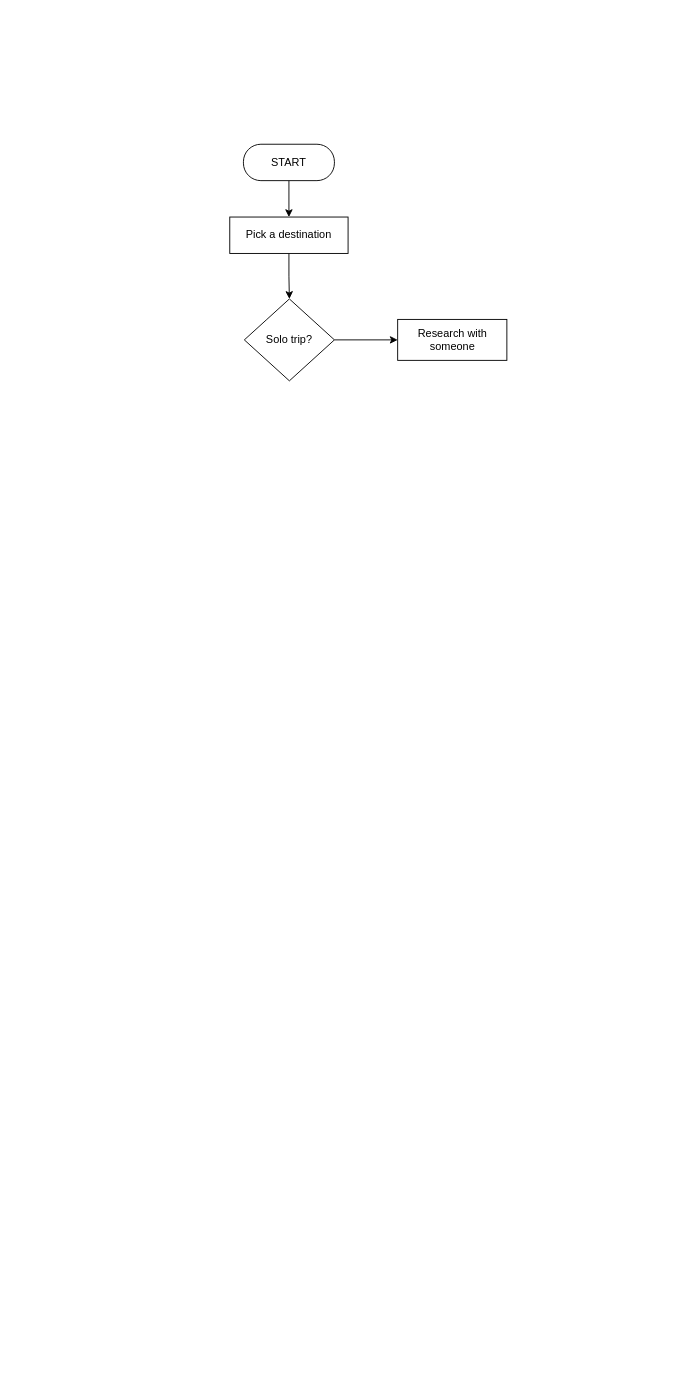
Diaputr/tugas-besar keeps this draw.io diagram as BIG.drawio. Above is the earlier version. Source tidied: cells renumbered, new cells numbered last; positions are measured from the earlier drawing's top-left corner, leaving out a move shared by most shapes. Both pictures are drawn from the tidied source at 91%, with x=0, y=0 at pixel (229, 144).
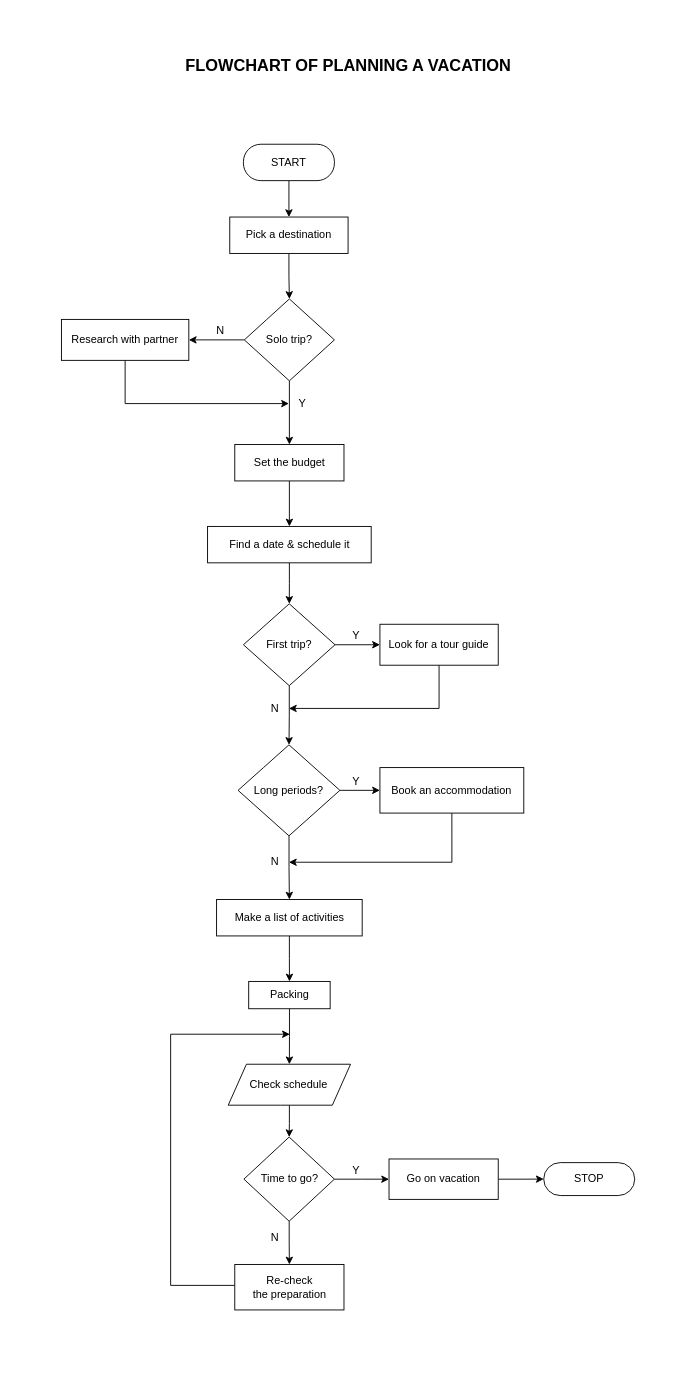
The same diagram, later.

The change refers to these unchanged cells:
```xml
<mxCell id="7" value="Solo trip?" style="rhombus;whiteSpace=wrap;html=1;rounded=1;arcSize=0;" parent="1" vertex="1">
  <mxGeometry x="16" y="170" width="99" height="90" as="geometry" />
</mxCell>
```

Diff of the diagram source:
```diff
@@
+    <mxCell id="9" style="rounded=0;whiteSpace=wrap;html=1;strokeColor=none;" parent="1" vertex="1">
+      <mxGeometry x="-235" y="-141" width="730" height="1490" as="geometry" />
+    </mxCell>
@@
+    <mxCell id="10" style="edgeStyle=orthogonalEdgeStyle;rounded=0;jettySize=auto;html=1;" parent="1" edge="1" source="7" target="13">
+      <mxGeometry relative="1" as="geometry" />
+    </mxCell>
@@
+    <mxCell id="11" style="edgeStyle=orthogonalEdgeStyle;rounded=0;jettySize=auto;html=1;exitX=0.5;exitY=1;exitDx=0;exitDy=0;entryX=0;entryY=0.5;entryDx=0;entryDy=0;" parent="1" edge="1" source="8" target="15">
+      <mxGeometry relative="1" as="geometry" />
+    </mxCell>
-    <mxCell id="8" value="Research with someone" style="whiteSpace=wrap;html=1;rounded=1;arcSize=0;" parent="1" vertex="1">
-      <mxGeometry x="184.5" y="192.5" width="120" height="45" as="geometry" />
+    <mxCell id="8" value="Research with partner" style="whiteSpace=wrap;html=1;rounded=1;arcSize=0;" parent="1" vertex="1">
+      <mxGeometry x="-185" y="192.5" width="140" height="45" as="geometry" />
     </mxCell>
+    <mxCell id="12" style="edgeStyle=orthogonalEdgeStyle;rounded=0;jettySize=auto;html=1;" parent="1" edge="1" source="13" target="17">
+      <mxGeometry relative="1" as="geometry" />
+    </mxCell>
+    <mxCell id="13" value="Set the budget" style="whiteSpace=wrap;html=1;rounded=1;arcSize=0;" parent="1" vertex="1">
+      <mxGeometry x="5.5" y="330" width="120" height="40" as="geometry" />
+    </mxCell>
+    <mxCell id="14" value="N" style="text;html=1;strokeColor=none;fillColor=none;align=center;verticalAlign=middle;whiteSpace=wrap;rounded=0;" parent="1" vertex="1">
+      <mxGeometry x="-25" y="190" width="30" height="30" as="geometry" />
+    </mxCell>
+    <mxCell id="15" value="Y" style="text;html=1;strokeColor=none;fillColor=none;align=center;verticalAlign=middle;whiteSpace=wrap;rounded=0;" parent="1" vertex="1">
+      <mxGeometry x="65" y="270" width="30" height="30" as="geometry" />
+    </mxCell>
+    <mxCell id="16" style="edgeStyle=orthogonalEdgeStyle;rounded=0;jettySize=auto;html=1;" parent="1" edge="1" source="17" target="20">
+      <mxGeometry relative="1" as="geometry" />
+    </mxCell>
+    <mxCell id="17" value="Find a date &amp;amp; schedule it" style="whiteSpace=wrap;html=1;rounded=1;arcSize=0;" parent="1" vertex="1">
+      <mxGeometry x="-24.4" y="420" width="179.8" height="40" as="geometry" />
+    </mxCell>
+    <mxCell id="18" style="edgeStyle=orthogonalEdgeStyle;rounded=0;jettySize=auto;html=1;" parent="1" edge="1" source="20" target="22">
+      <mxGeometry relative="1" as="geometry" />
+    </mxCell>
+    <mxCell id="19" style="edgeStyle=orthogonalEdgeStyle;rounded=0;jettySize=auto;html=1;" parent="1" edge="1" source="20" target="26">
+      <mxGeometry relative="1" as="geometry" />
+    </mxCell>
+    <mxCell id="20" value="First trip?" style="rhombus;whiteSpace=wrap;html=1;rounded=1;arcSize=0;" parent="1" vertex="1">
+      <mxGeometry x="15" y="505" width="100.7" height="90" as="geometry" />
+    </mxCell>
+    <mxCell id="21" style="edgeStyle=orthogonalEdgeStyle;rounded=0;jettySize=auto;html=1;exitX=0.5;exitY=1;exitDx=0;exitDy=0;entryX=1;entryY=0.5;entryDx=0;entryDy=0;" parent="1" edge="1" source="22" target="27">
+      <mxGeometry relative="1" as="geometry" />
+    </mxCell>
+    <mxCell id="22" value="Look for a tour guide" style="whiteSpace=wrap;html=1;rounded=1;arcSize=0;" parent="1" vertex="1">
+      <mxGeometry x="165" y="527.5" width="130" height="45" as="geometry" />
+    </mxCell>
+    <mxCell id="23" value="Y" style="text;html=1;strokeColor=none;fillColor=none;align=center;verticalAlign=middle;whiteSpace=wrap;rounded=0;" parent="1" vertex="1">
+      <mxGeometry x="124" y="525" width="30" height="30" as="geometry" />
+    </mxCell>
+    <mxCell id="24" style="edgeStyle=orthogonalEdgeStyle;rounded=0;jettySize=auto;html=1;" parent="1" edge="1" source="26" target="29">
+      <mxGeometry relative="1" as="geometry" />
+    </mxCell>
+    <mxCell id="25" style="edgeStyle=orthogonalEdgeStyle;rounded=0;jettySize=auto;html=1;fontSize=18;" parent="1" edge="1" source="26" target="33">
+      <mxGeometry relative="1" as="geometry" />
+    </mxCell>
+    <mxCell id="26" value="Long periods?" style="rhombus;whiteSpace=wrap;html=1;rounded=1;arcSize=0;" parent="1" vertex="1">
+      <mxGeometry x="9.1" y="660" width="111.9" height="100" as="geometry" />
+    </mxCell>
+    <mxCell id="27" value="N" style="text;html=1;strokeColor=none;fillColor=none;align=center;verticalAlign=middle;whiteSpace=wrap;rounded=0;" parent="1" vertex="1">
+      <mxGeometry x="35" y="605" width="30" height="30" as="geometry" />
+    </mxCell>
+    <mxCell id="28" style="edgeStyle=orthogonalEdgeStyle;rounded=0;jettySize=auto;html=1;exitX=0.5;exitY=1;exitDx=0;exitDy=0;entryX=1;entryY=0.5;entryDx=0;entryDy=0;fontSize=18;" parent="1" edge="1" source="29" target="34">
+      <mxGeometry relative="1" as="geometry" />
+    </mxCell>
+    <mxCell id="29" value="Book an accommodation" style="whiteSpace=wrap;html=1;rounded=1;arcSize=0;" parent="1" vertex="1">
+      <mxGeometry x="165" y="685" width="158.1" height="50" as="geometry" />
+    </mxCell>
+    <mxCell id="30" value="Y" style="text;html=1;strokeColor=none;fillColor=none;align=center;verticalAlign=middle;whiteSpace=wrap;rounded=0;" parent="1" vertex="1">
+      <mxGeometry x="124" y="686" width="30" height="30" as="geometry" />
+    </mxCell>
+    <mxCell id="31" value="&lt;font style=&quot;font-size: 18px&quot;&gt;&lt;b&gt;FLOWCHART OF PLANNING A VACATION&lt;/b&gt;&lt;/font&gt;" style="text;html=1;strokeColor=none;fillColor=none;align=center;verticalAlign=middle;whiteSpace=wrap;rounded=0;" parent="1" vertex="1">
+      <mxGeometry x="-57.5" y="-111" width="375" height="50" as="geometry" />
+    </mxCell>
+    <mxCell id="32" style="edgeStyle=orthogonalEdgeStyle;rounded=0;jettySize=auto;html=1;fontSize=18;" parent="1" edge="1" source="33" target="36">
+      <mxGeometry relative="1" as="geometry" />
+    </mxCell>
+    <mxCell id="33" value="Make a list of activities" style="whiteSpace=wrap;html=1;rounded=1;arcSize=0;" parent="1" vertex="1">
+      <mxGeometry x="-14.5" y="830" width="160" height="40" as="geometry" />
+    </mxCell>
+    <mxCell id="34" value="N" style="text;html=1;strokeColor=none;fillColor=none;align=center;verticalAlign=middle;whiteSpace=wrap;rounded=0;" parent="1" vertex="1">
+      <mxGeometry x="35" y="774" width="30" height="30" as="geometry" />
+    </mxCell>
+    <mxCell id="35" style="edgeStyle=orthogonalEdgeStyle;rounded=0;jettySize=auto;html=1;fontSize=18;" parent="1" edge="1" source="36" target="38">
+      <mxGeometry relative="1" as="geometry" />
+    </mxCell>
+    <mxCell id="36" value="Packing" style="whiteSpace=wrap;html=1;rounded=1;arcSize=0;" parent="1" vertex="1">
+      <mxGeometry x="20.8" y="920" width="89.5" height="30" as="geometry" />
+    </mxCell>
+    <mxCell id="37" style="edgeStyle=orthogonalEdgeStyle;rounded=0;jettySize=auto;html=1;fontSize=18;" parent="1" edge="1" source="38" target="41">
+      <mxGeometry relative="1" as="geometry" />
+    </mxCell>
+    <mxCell id="38" value="Check schedule" style="shape=parallelogram;perimeter=parallelogramPerimeter;whiteSpace=wrap;html=1;fixedSize=1;rounded=1;arcSize=0;" parent="1" vertex="1">
+      <mxGeometry x="-1.7" y="1011" width="134.4" height="45" as="geometry" />
+    </mxCell>
+    <mxCell id="39" style="edgeStyle=orthogonalEdgeStyle;rounded=0;jettySize=auto;html=1;" parent="1" edge="1" source="41" target="43">
+      <mxGeometry relative="1" as="geometry" />
+    </mxCell>
+    <mxCell id="40" style="edgeStyle=orthogonalEdgeStyle;rounded=0;jettySize=auto;html=1;" parent="1" edge="1" source="41" target="48">
+      <mxGeometry relative="1" as="geometry" />
+    </mxCell>
+    <mxCell id="41" value="Time to go?" style="rhombus;whiteSpace=wrap;html=1;rounded=1;arcSize=0;" parent="1" vertex="1">
+      <mxGeometry x="15.5" y="1091" width="99.5" height="92.5" as="geometry" />
+    </mxCell>
+    <mxCell id="42" style="edgeStyle=orthogonalEdgeStyle;rounded=0;jettySize=auto;html=1;" parent="1" edge="1" source="43" target="46">
+      <mxGeometry relative="1" as="geometry" />
+    </mxCell>
+    <mxCell id="43" value="Go on&amp;nbsp;vacation" style="whiteSpace=wrap;html=1;rounded=1;arcSize=0;" parent="1" vertex="1">
+      <mxGeometry x="175" y="1115.1" width="120" height="44.4" as="geometry" />
+    </mxCell>
+    <mxCell id="44" value="Y" style="text;html=1;strokeColor=none;fillColor=none;align=center;verticalAlign=middle;whiteSpace=wrap;rounded=0;" parent="1" vertex="1">
+      <mxGeometry x="124" y="1113" width="30" height="30" as="geometry" />
+    </mxCell>
+    <mxCell id="45" value="N" style="text;html=1;strokeColor=none;fillColor=none;align=center;verticalAlign=middle;whiteSpace=wrap;rounded=0;" parent="1" vertex="1">
+      <mxGeometry x="35" y="1187" width="30" height="30" as="geometry" />
+    </mxCell>
+    <mxCell id="46" value="STOP" style="whiteSpace=wrap;html=1;rounded=1;arcSize=50;" parent="1" vertex="1">
+      <mxGeometry x="345" y="1119.1" width="100" height="36.2" as="geometry" />
+    </mxCell>
+    <mxCell id="47" style="edgeStyle=orthogonalEdgeStyle;rounded=0;orthogonalLoop=1;jettySize=auto;html=1;" parent="1" edge="1">
+      <mxGeometry relative="1" as="geometry">
+        <mxPoint x="5.5" y="1254" as="sourcePoint" />
+        <mxPoint x="66" y="978" as="targetPoint" />
+        <Array as="points">
+          <mxPoint x="-65" y="1254" />
+          <mxPoint x="-65" y="978" />
+        </Array>
+      </mxGeometry>
+    </mxCell>
+    <mxCell id="48" value="Re-check &lt;br&gt;the preparation" style="whiteSpace=wrap;html=1;rounded=1;arcSize=0;" parent="1" vertex="1">
+      <mxGeometry x="5.5" y="1231" width="120" height="50" as="geometry" />
+    </mxCell>
```
